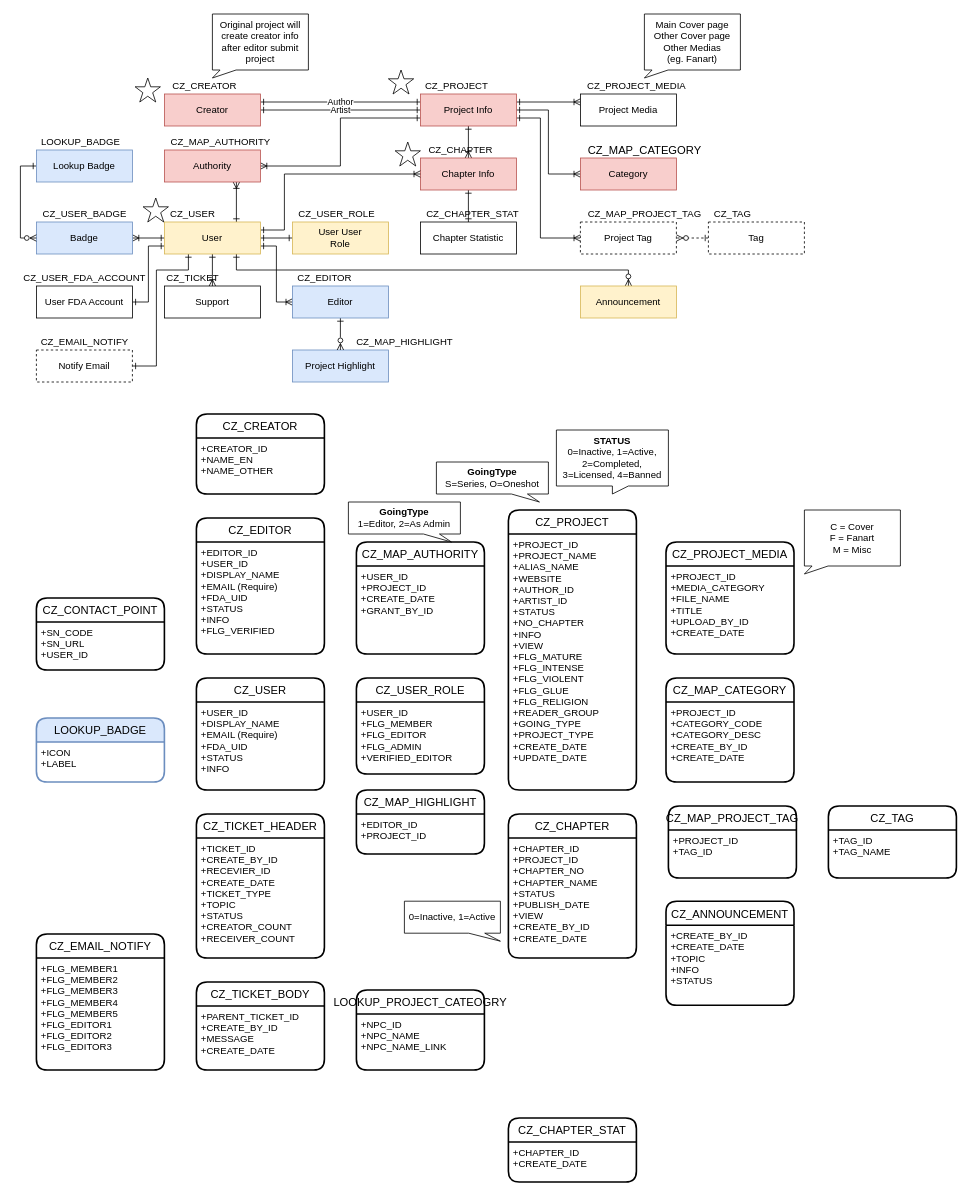
Before: page "ER" (4 of 5) of Untitled Diagram.drawio in clazclaz/demo_git, a draw.io diagram. Source tidied: cells renumbered, new cells numbered last; positions are measured from the earlier drawing's top-left corner, leaving out a move shared by most shapes. Both pictures are drawn from the tidied source at 80%, with x=0, y=0 at pixel (16, 14).
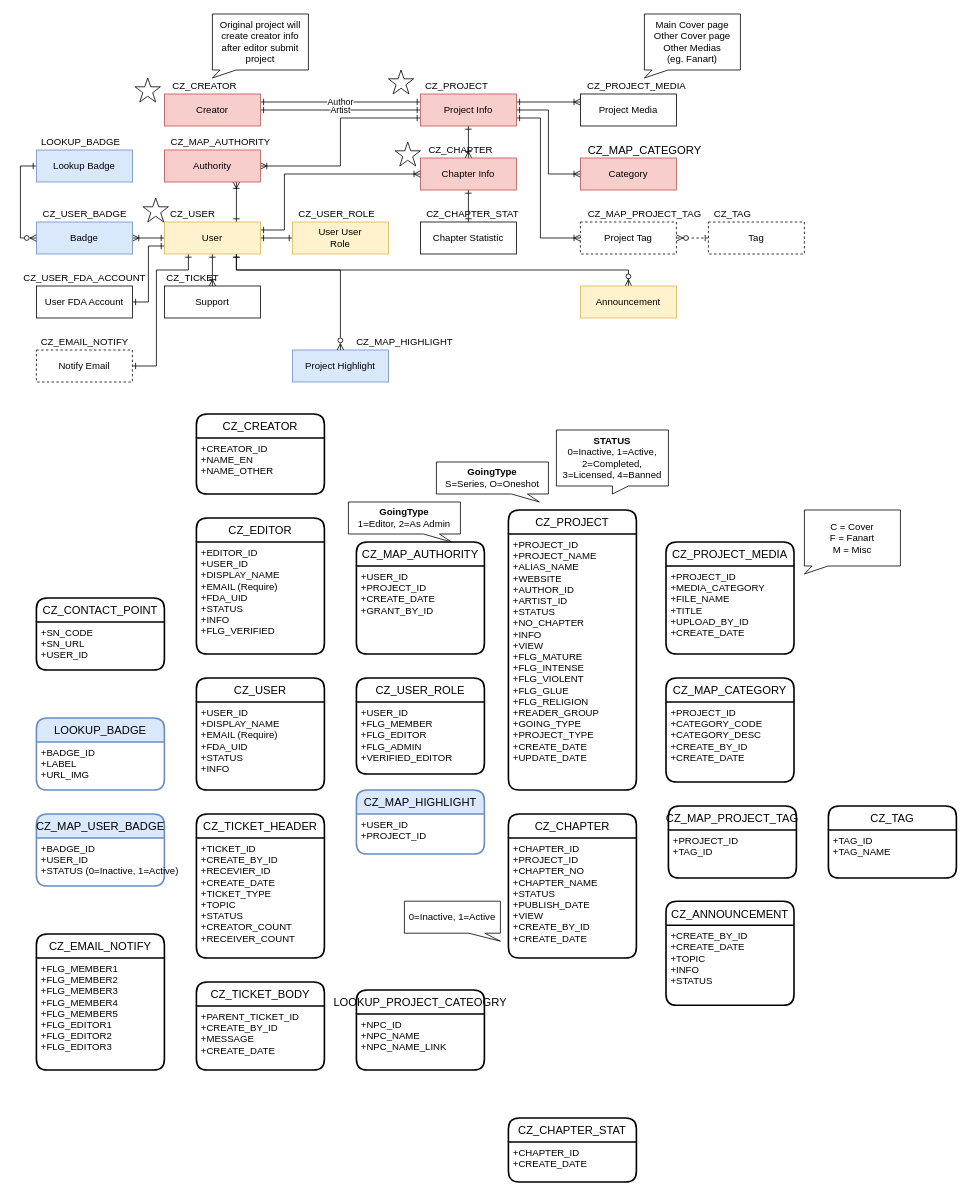
After the change.

Unchanged cells that the change refers to:
```xml
<mxCell id="24" value="User" style="rounded=0;whiteSpace=wrap;html=1;fillColor=#fff2cc;strokeColor=#d6b656;" parent="1" vertex="1">
  <mxGeometry x="185" y="260" width="120" height="40" as="geometry" />
</mxCell>
<mxCell id="33" value="Project Highlight" style="rounded=0;whiteSpace=wrap;html=1;fillColor=#dae8fc;strokeColor=#6c8ebf;" parent="1" vertex="1">
  <mxGeometry x="345" y="420" width="120" height="40" as="geometry" />
</mxCell>
```

Change to the diagram source:
```diff
@@
-    <mxCell id="20" style="edgeStyle=orthogonalEdgeStyle;rounded=0;jettySize=auto;html=1;exitX=1;exitY=0.75;exitDx=0;exitDy=0;entryX=0;entryY=0.5;entryDx=0;entryDy=0;startArrow=ERone;startFill=0;endArrow=ERoneToMany;endFill=0;" parent="1" edge="1" source="24" target="99">
-      <mxGeometry relative="1" as="geometry">
-        <Array as="points">
-          <mxPoint x="325" y="290" />
-          <mxPoint x="325" y="360" />
-        </Array>
-      </mxGeometry>
-    </mxCell>
@@
     <mxCell id="43" value="LOOKUP_BADGE" style="swimlane;horizontal=1;startSize=30;rounded=1;fontSize=14;fontStyle=0;strokeWidth=2;shadow=0;dashed=0;align=center;fillColor=#dae8fc;strokeColor=#6c8ebf;" parent="1" vertex="1">
-      <mxGeometry x="25" y="880" width="160" height="80" as="geometry" />
+      <mxGeometry x="25" y="880" width="160" height="90" as="geometry" />
     </mxCell>
-    <mxCell id="44" value="+ICON&#10;+LABEL" style="align=left;strokeColor=none;fillColor=none;spacingLeft=4;fontSize=12;verticalAlign=top;" parent="43" vertex="1">
-      <mxGeometry y="30" width="160" height="50" as="geometry" />
+    <mxCell id="44" value="+BADGE_ID&#10;+LABEL&#10;+URL_IMG" style="align=left;strokeColor=none;fillColor=none;spacingLeft=4;fontSize=12;verticalAlign=top;" parent="43" vertex="1">
+      <mxGeometry y="30" width="160" height="60" as="geometry" />
     </mxCell>
@@
-    <mxCell id="88" value="CZ_MAP_HIGHLIGHT" style="swimlane;horizontal=1;startSize=30;rounded=1;fontSize=14;fontStyle=0;strokeWidth=2;shadow=0;dashed=0;align=center;" parent="1" vertex="1">
+    <mxCell id="88" value="CZ_MAP_HIGHLIGHT" style="swimlane;horizontal=1;startSize=30;rounded=1;fontSize=14;fontStyle=0;strokeWidth=2;shadow=0;dashed=0;align=center;fillColor=#dae8fc;strokeColor=#6c8ebf;" parent="1" vertex="1">
       <mxGeometry x="425" y="970" width="160" height="80" as="geometry" />
     </mxCell>
-    <mxCell id="89" value="+EDITOR_ID&#10;+PROJECT_ID" style="align=left;strokeColor=none;fillColor=none;spacingLeft=4;fontSize=12;verticalAlign=top;" parent="88" vertex="1">
+    <mxCell id="89" value="+USER_ID&#10;+PROJECT_ID" style="align=left;strokeColor=none;fillColor=none;spacingLeft=4;fontSize=12;verticalAlign=top;" parent="88" vertex="1">
       <mxGeometry y="30" width="160" height="50" as="geometry" />
     </mxCell>
@@
-    <mxCell id="98" style="edgeStyle=orthogonalEdgeStyle;rounded=0;jettySize=auto;html=1;exitX=0.5;exitY=1;exitDx=0;exitDy=0;startArrow=ERone;startFill=0;endArrow=ERzeroToMany;endFill=0;startSize=6;endSize=6;sourcePerimeterSpacing=8;targetPerimeterSpacing=8;entryX=0.5;entryY=0;entryDx=0;entryDy=0;" parent="1" edge="1" source="99" target="33">
-      <mxGeometry relative="1" as="geometry" />
+    <mxCell id="98" style="edgeStyle=orthogonalEdgeStyle;rounded=0;jettySize=auto;html=1;startArrow=ERone;startFill=0;endArrow=ERzeroToMany;endFill=0;startSize=6;endSize=6;sourcePerimeterSpacing=8;targetPerimeterSpacing=8;entryX=0.5;entryY=0;entryDx=0;entryDy=0;" parent="1" edge="1" target="33">
+      <mxGeometry relative="1" as="geometry">
+        <mxPoint x="275" y="300" as="sourcePoint" />
+        <Array as="points">
+          <mxPoint x="275" y="320" />
+          <mxPoint x="405" y="320" />
+        </Array>
+      </mxGeometry>
     </mxCell>
-    <mxCell id="99" value="Editor" style="rounded=0;whiteSpace=wrap;html=1;fillColor=#dae8fc;strokeColor=#6c8ebf;" parent="1" vertex="1">
-      <mxGeometry x="345" y="340" width="120" height="40" as="geometry" />
-    </mxCell>
-    <mxCell id="100" value="CZ_EDITOR" style="text;html=1;align=center;verticalAlign=middle;strokeColor=none;fillColor=none;" parent="1" vertex="1">
-      <mxGeometry x="345" y="320" width="80" height="20" as="geometry" />
-    </mxCell>
@@
+    <mxCell id="110" value="CZ_MAP_USER_BADGE" style="swimlane;horizontal=1;startSize=30;rounded=1;fontSize=14;fontStyle=0;strokeWidth=2;shadow=0;dashed=0;align=center;fillColor=#dae8fc;strokeColor=#6c8ebf;" parent="1" vertex="1">
+      <mxGeometry x="25" y="1000" width="160" height="90" as="geometry" />
+    </mxCell>
+    <mxCell id="111" value="+BADGE_ID&#10;+USER_ID&#10;+STATUS (0=Inactive, 1=Active)" style="align=left;strokeColor=none;fillColor=none;spacingLeft=4;fontSize=12;verticalAlign=top;" parent="110" vertex="1">
+      <mxGeometry y="30" width="160" height="60" as="geometry" />
+    </mxCell>
```
